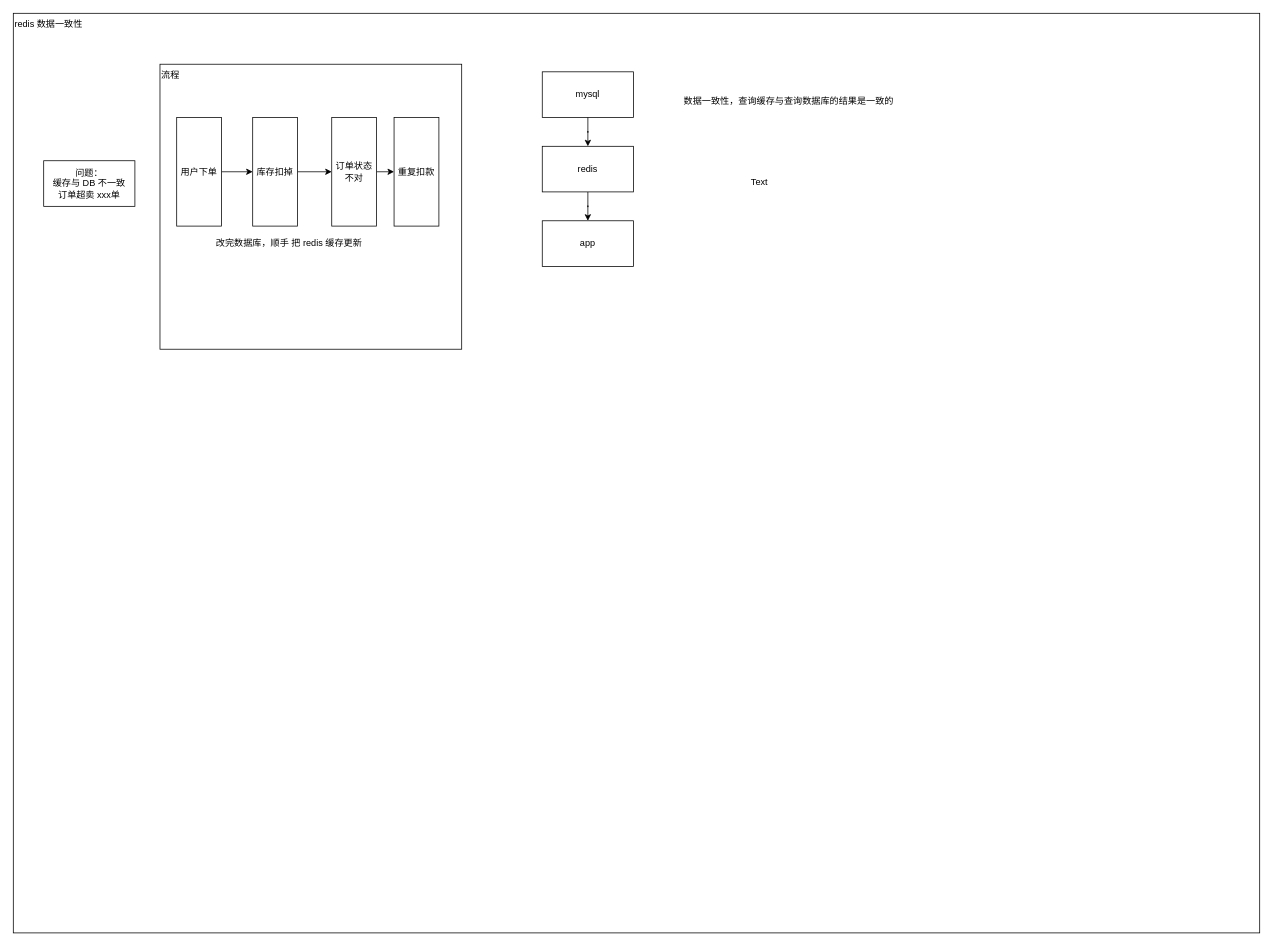
Above: page "第 13 页" (13 of 13) of 2-redis/Redis-架构与面试.drawio in vic868/Deliberate (draw.io), before the change. Source tidied: cells renumbered, new cells numbered last; positions are measured from the earlier drawing's top-left corner, leaving out a move shared by most shapes. Both pictures are drawn from the tidied source at 76%, with x=0, y=0 at pixel (13, 13).
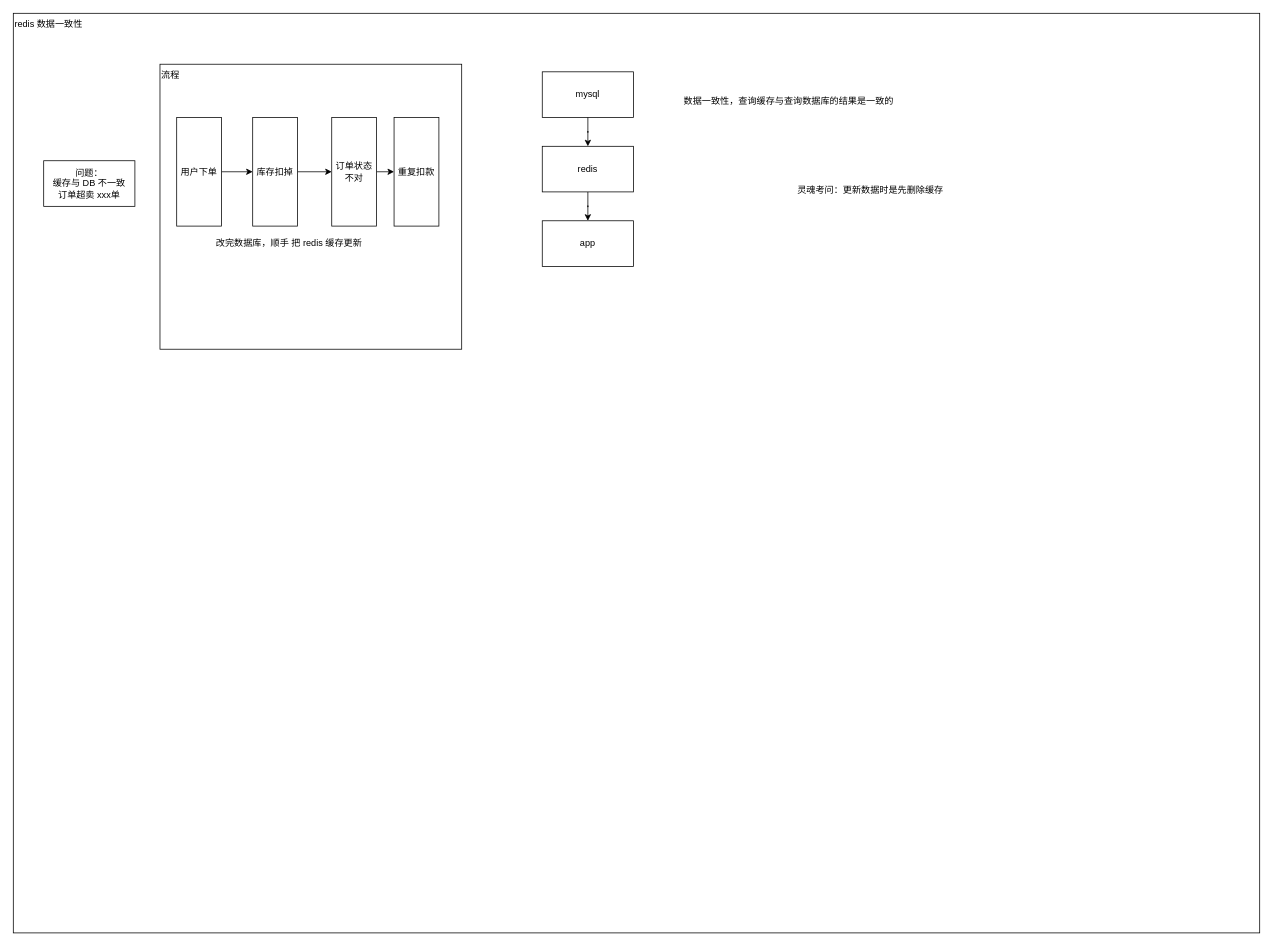
The same diagram, later.

Commit message:
vault backup: 2026-10-24 13:41:06

What changed in the source:
```diff
@@
 <mxGraphModel>
   <root>
     <mxCell id="0" />
     <mxCell id="1" parent="0" />
     <mxCell id="2" value="redis 数据一致性" style="rounded=0;whiteSpace=wrap;html=1;align=left;verticalAlign=top;" parent="1" vertex="1">
       <mxGeometry width="1640" height="1210" as="geometry" />
     </mxCell>
     <mxCell id="3" value="问题：&lt;div&gt;缓存与 DB 不一致&lt;/div&gt;&lt;div&gt;订单超卖 xxx单&lt;/div&gt;" style="rounded=0;whiteSpace=wrap;html=1;" parent="1" vertex="1">
       <mxGeometry x="40" y="194" width="120" height="60" as="geometry" />
     </mxCell>
     <mxCell id="4" value="流程" style="rounded=0;whiteSpace=wrap;html=1;align=left;verticalAlign=top;" parent="1" vertex="1">
       <mxGeometry x="193" y="67" width="397" height="375" as="geometry" />
     </mxCell>
     <mxCell id="5" style="edgeStyle=orthogonalEdgeStyle;rounded=0;jettySize=auto;html=1;exitX=1;exitY=0.5;exitDx=0;exitDy=0;entryX=0;entryY=0.5;entryDx=0;entryDy=0;defaultLabelBackgroundColor=page;" parent="1" edge="1" source="6" target="8">
       <mxGeometry relative="1" as="geometry" />
     </mxCell>
     <mxCell id="6" value="用户下单" style="rounded=0;whiteSpace=wrap;html=1;" parent="1" vertex="1">
       <mxGeometry x="215" y="137" width="59" height="143" as="geometry" />
     </mxCell>
     <mxCell id="7" style="edgeStyle=orthogonalEdgeStyle;rounded=0;jettySize=auto;html=1;exitX=1;exitY=0.5;exitDx=0;exitDy=0;entryX=0;entryY=0.5;entryDx=0;entryDy=0;defaultLabelBackgroundColor=page;" parent="1" edge="1" source="8" target="10">
       <mxGeometry relative="1" as="geometry" />
     </mxCell>
     <mxCell id="8" value="库存扣掉" style="rounded=0;whiteSpace=wrap;html=1;" parent="1" vertex="1">
       <mxGeometry x="315" y="137" width="59" height="143" as="geometry" />
     </mxCell>
     <mxCell id="9" style="edgeStyle=orthogonalEdgeStyle;rounded=0;jettySize=auto;html=1;exitX=1;exitY=0.5;exitDx=0;exitDy=0;entryX=0;entryY=0.5;entryDx=0;entryDy=0;defaultLabelBackgroundColor=page;" parent="1" edge="1" source="10" target="11">
       <mxGeometry relative="1" as="geometry" />
     </mxCell>
     <mxCell id="10" value="订单状态不对" style="rounded=0;whiteSpace=wrap;html=1;" parent="1" vertex="1">
       <mxGeometry x="419" y="137" width="59" height="143" as="geometry" />
     </mxCell>
     <mxCell id="11" value="重复扣款" style="rounded=0;whiteSpace=wrap;html=1;" parent="1" vertex="1">
       <mxGeometry x="501" y="137" width="59" height="143" as="geometry" />
     </mxCell>
     <mxCell id="12" value="改完数据库，顺手 把 redis 缓存更新" style="text;html=1;whiteSpace=wrap;strokeColor=none;fillColor=none;align=center;verticalAlign=middle;rounded=0;" parent="1" vertex="1">
       <mxGeometry x="221" y="291" width="284" height="24" as="geometry" />
     </mxCell>
     <mxCell id="13" value="mysql" style="rounded=0;whiteSpace=wrap;html=1;" parent="1" vertex="1">
       <mxGeometry x="696" y="77" width="120" height="60" as="geometry" />
     </mxCell>
     <mxCell id="14" style="edgeStyle=orthogonalEdgeStyle;rounded=0;jettySize=auto;html=1;entryX=0.5;entryY=0;entryDx=0;entryDy=0;defaultLabelBackgroundColor=page;" parent="1" edge="1" source="15" target="16">
       <mxGeometry relative="1" as="geometry" />
     </mxCell>
     <mxCell id="15" value="redis" style="rounded=0;whiteSpace=wrap;html=1;" parent="1" vertex="1">
       <mxGeometry x="696" y="175" width="120" height="60" as="geometry" />
     </mxCell>
     <mxCell id="16" value="app" style="rounded=0;whiteSpace=wrap;html=1;" parent="1" vertex="1">
       <mxGeometry x="696" y="273" width="120" height="60" as="geometry" />
     </mxCell>
     <mxCell id="17" style="edgeStyle=orthogonalEdgeStyle;rounded=0;jettySize=auto;html=1;entryX=0.5;entryY=0;entryDx=0;entryDy=0;defaultLabelBackgroundColor=page;" parent="1" edge="1" source="13" target="15">
       <mxGeometry relative="1" as="geometry" />
     </mxCell>
     <mxCell id="18" value="数据一致性，查询缓存与查询数据库的结果是一致的" style="text;html=1;whiteSpace=wrap;strokeColor=none;fillColor=none;align=center;verticalAlign=middle;rounded=0;" parent="1" vertex="1">
       <mxGeometry x="867" y="110" width="307" height="11" as="geometry" />
     </mxCell>
-    <mxCell id="19" value="Text" style="text;html=1;whiteSpace=wrap;strokeColor=none;fillColor=none;align=center;verticalAlign=middle;rounded=0;" parent="1" vertex="1">
-      <mxGeometry x="952" y="208" width="60" height="30" as="geometry" />
+    <mxCell id="19" value="灵魂考问：更新数据时是先删除缓存" style="text;html=1;whiteSpace=wrap;strokeColor=none;fillColor=none;align=center;verticalAlign=middle;rounded=0;" parent="1" vertex="1">
+      <mxGeometry x="952" y="208" width="352" height="50" as="geometry" />
     </mxCell>
   </root>
 </mxGraphModel>
```
